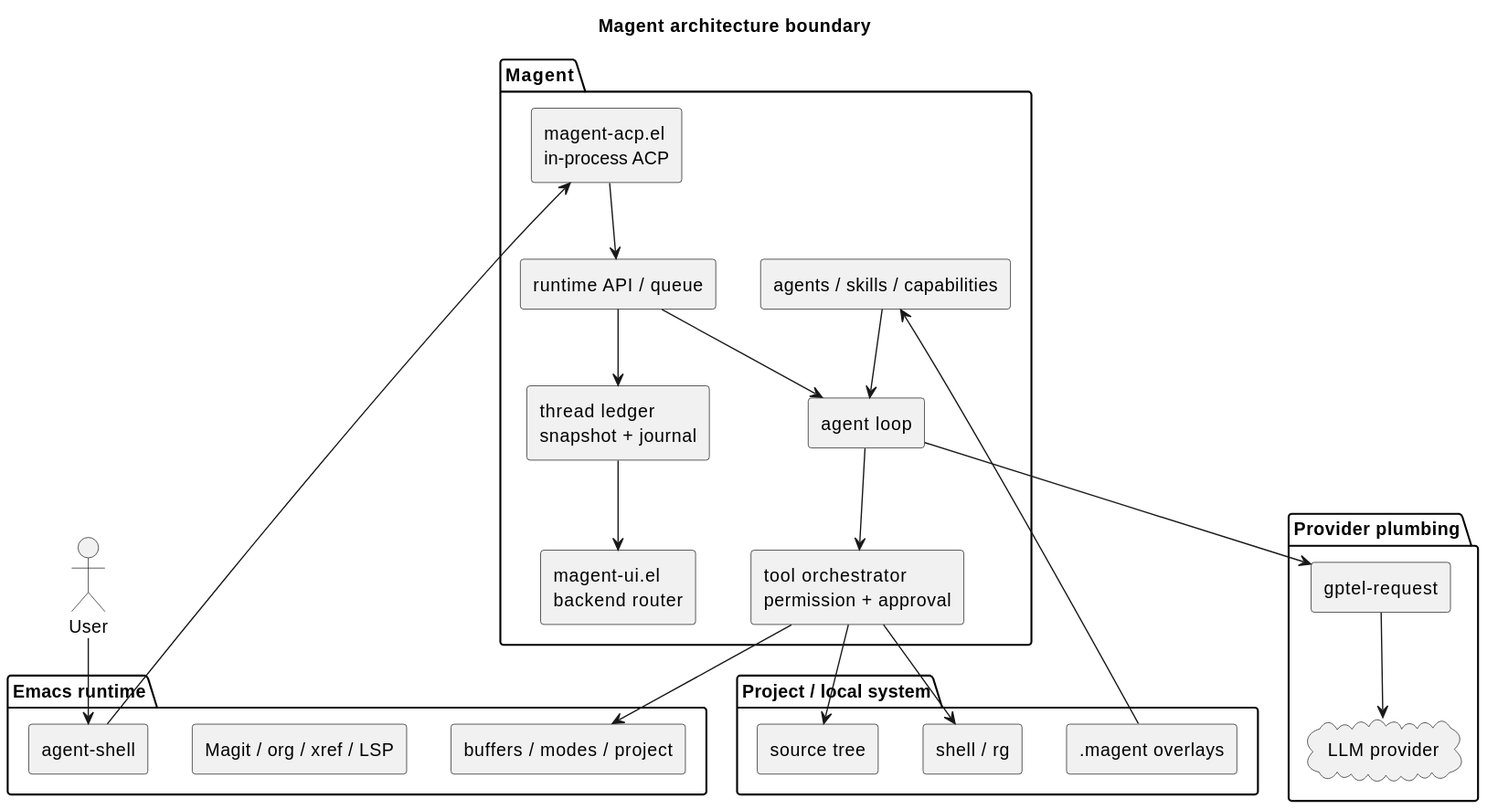
Above: docs/assets/img/diagrams/architecture-boundary.svg in Jamie-Cui/magent (PlantUML), before the change. Its diagram source:
```plantuml
@startuml
title Magent architecture boundary
skinparam monochrome true
skinparam shadowing false
skinparam componentStyle rectangle

actor User

package "Emacs runtime" {
  [buffers / modes / project]
  [Magit / org / xref / LSP]
  [agent-shell]
}

package "Magent" {
  [magent-ui.el\nbackend router]
  [magent-acp.el\nin-process ACP]
  [runtime API / queue]
  [thread ledger\nsnapshot + journal]
  [agent loop]
  [tool orchestrator\npermission + approval]
  [agents / skills / capabilities]
}

package "Provider plumbing" {
  [gptel-request]
  cloud "LLM provider" as Provider
}

package "Project / local system" {
  [source tree]
  [shell / rg]
  [.magent overlays]
}

User --> [agent-shell]
[agent-shell] --> [magent-acp.el\nin-process ACP]
[magent-acp.el\nin-process ACP] --> [runtime API / queue]
[runtime API / queue] --> [thread ledger\nsnapshot + journal]
[runtime API / queue] --> [agent loop]
[agent loop] --> [gptel-request]
[gptel-request] --> Provider
[agent loop] --> [tool orchestrator\npermission + approval]
[tool orchestrator\npermission + approval] --> [source tree]
[tool orchestrator\npermission + approval] --> [shell / rg]
[tool orchestrator\npermission + approval] --> [buffers / modes / project]
[agents / skills / capabilities] --> [agent loop]
[.magent overlays] --> [agents / skills / capabilities]
[thread ledger\nsnapshot + journal] --> [magent-ui.el\nbackend router]
@enduml
```
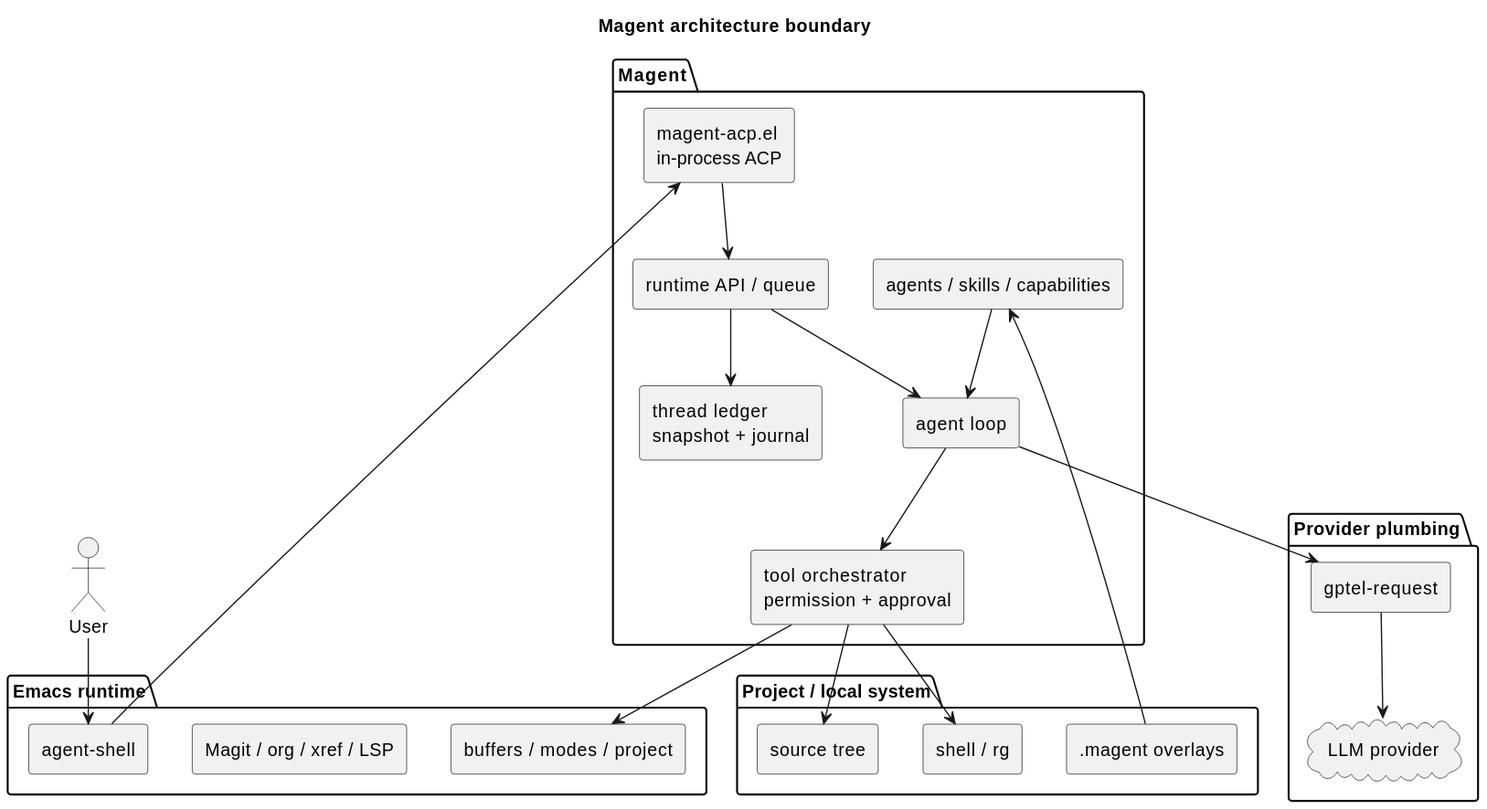
Later version of the same file.

The edit, as a diff of the source:
```diff
@@ -13,7 +13,6 @@
 }
 
 package "Magent" {
-  [magent-ui.el\nbackend router]
   [magent-acp.el\nin-process ACP]
   [runtime API / queue]
   [thread ledger\nsnapshot + journal]
@@ -46,5 +45,4 @@
 [tool orchestrator\npermission + approval] --> [buffers / modes / project]
 [agents / skills / capabilities] --> [agent loop]
 [.magent overlays] --> [agents / skills / capabilities]
-[thread ledger\nsnapshot + journal] --> [magent-ui.el\nbackend router]
 @enduml
```
